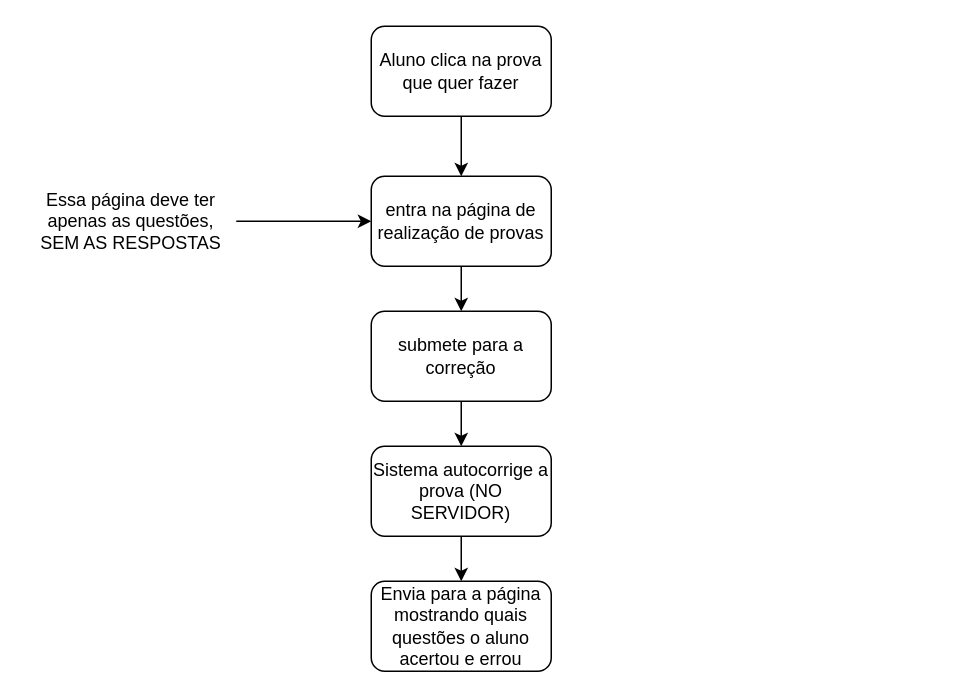
BrunoBorelliPro/projeto-dsw_gestao-de-provas keeps this draw.io diagram as backend/Test.dio. Above is the earlier version. Source tidied: cells renumbered, new cells numbered last; positions are measured from the earlier drawing's top-left corner, leaving out a move shared by most shapes. Both pictures are drawn from the tidied source at 150%, with x=0, y=0 at pixel (26, 26).
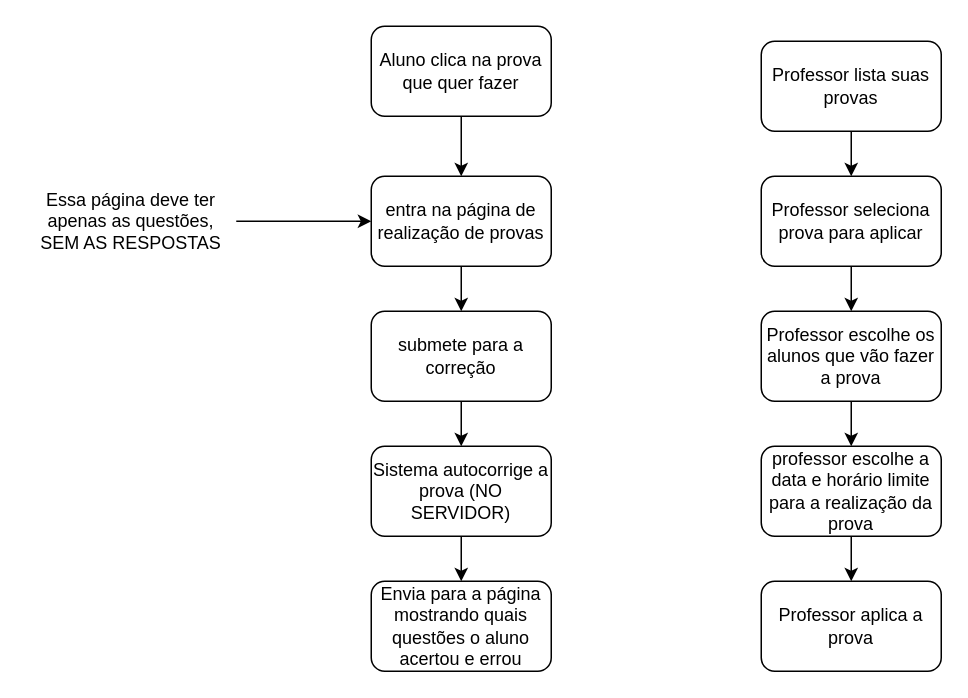
Above is the later version.

The edit, as a diff of the source:
```diff
@@
+    <mxCell id="13" style="edgeStyle=none;html=1;" parent="1" edge="1" source="14" target="16">
+      <mxGeometry relative="1" as="geometry" />
+    </mxCell>
+    <mxCell id="14" value="Professor lista suas provas" style="rounded=1;whiteSpace=wrap;html=1;" parent="1" vertex="1">
+      <mxGeometry x="490" y="10" width="120" height="60" as="geometry" />
+    </mxCell>
+    <mxCell id="15" style="edgeStyle=none;html=1;" parent="1" edge="1" source="16" target="18">
+      <mxGeometry relative="1" as="geometry" />
+    </mxCell>
+    <mxCell id="16" value="Professor seleciona prova para aplicar" style="rounded=1;whiteSpace=wrap;html=1;" parent="1" vertex="1">
+      <mxGeometry x="490" y="100" width="120" height="60" as="geometry" />
+    </mxCell>
+    <mxCell id="17" style="edgeStyle=none;html=1;" parent="1" edge="1" source="18" target="20">
+      <mxGeometry relative="1" as="geometry" />
+    </mxCell>
+    <mxCell id="18" value="Professor escolhe os alunos que vão fazer a prova" style="rounded=1;whiteSpace=wrap;html=1;" parent="1" vertex="1">
+      <mxGeometry x="490" y="190" width="120" height="60" as="geometry" />
+    </mxCell>
+    <mxCell id="19" style="edgeStyle=none;html=1;" parent="1" edge="1" source="20" target="21">
+      <mxGeometry relative="1" as="geometry" />
+    </mxCell>
+    <mxCell id="20" value="professor escolhe a data e horário limite para a realização da prova" style="rounded=1;whiteSpace=wrap;html=1;" parent="1" vertex="1">
+      <mxGeometry x="490" y="280" width="120" height="60" as="geometry" />
+    </mxCell>
+    <mxCell id="21" value="Professor aplica a prova" style="rounded=1;whiteSpace=wrap;html=1;" parent="1" vertex="1">
+      <mxGeometry x="490" y="370" width="120" height="60" as="geometry" />
+    </mxCell>
```
